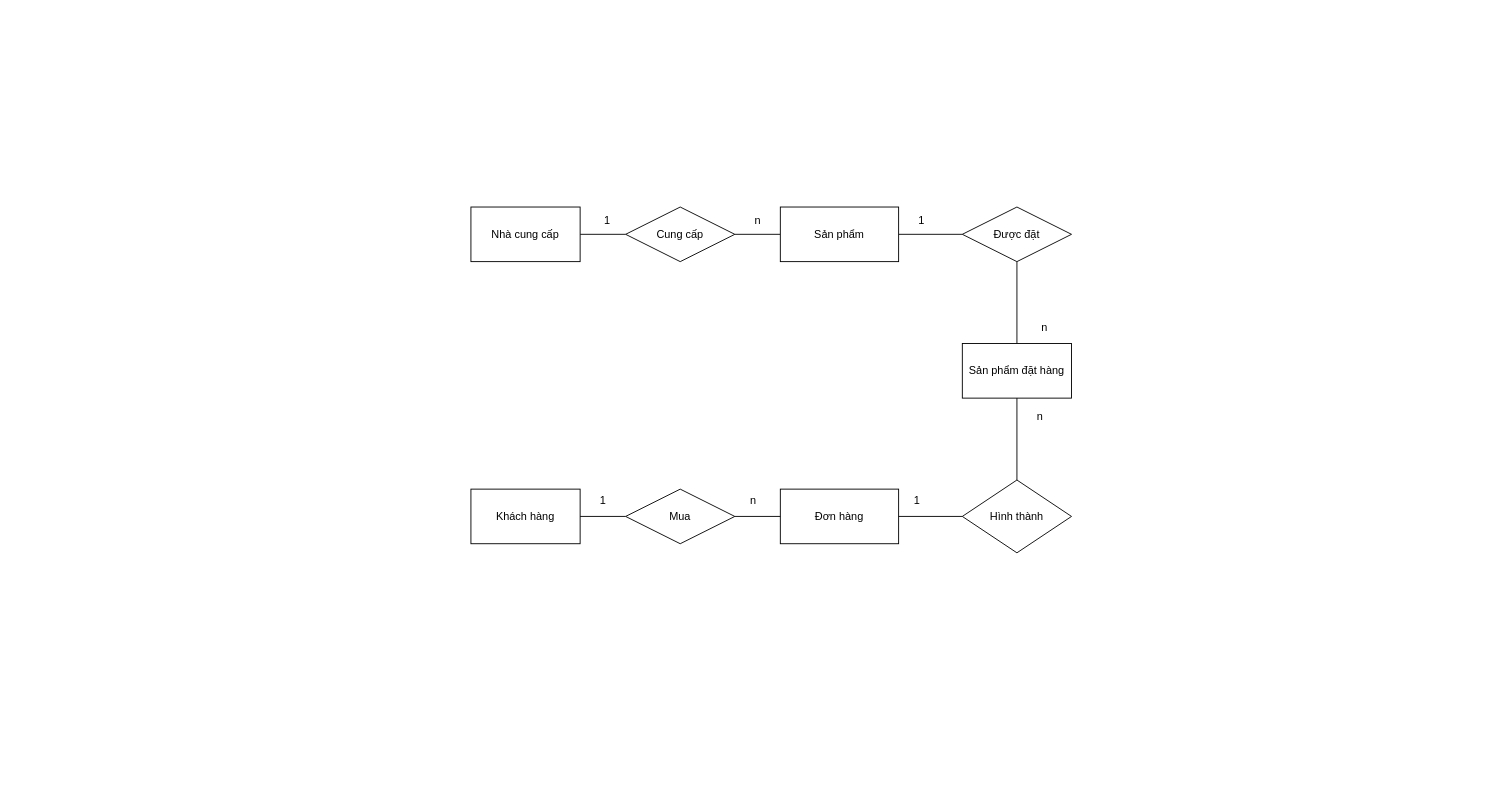
This is Database.drawio from DangVU1/DangVU1, a draw.io file, before an edit. Source tidied: cells renumbered, new cells numbered last; positions are measured from the earlier drawing's top-left corner, leaving out a move shared by most shapes. Both pictures are drawn from the tidied source at 91%, with x=0, y=0 at pixel (470, 207).
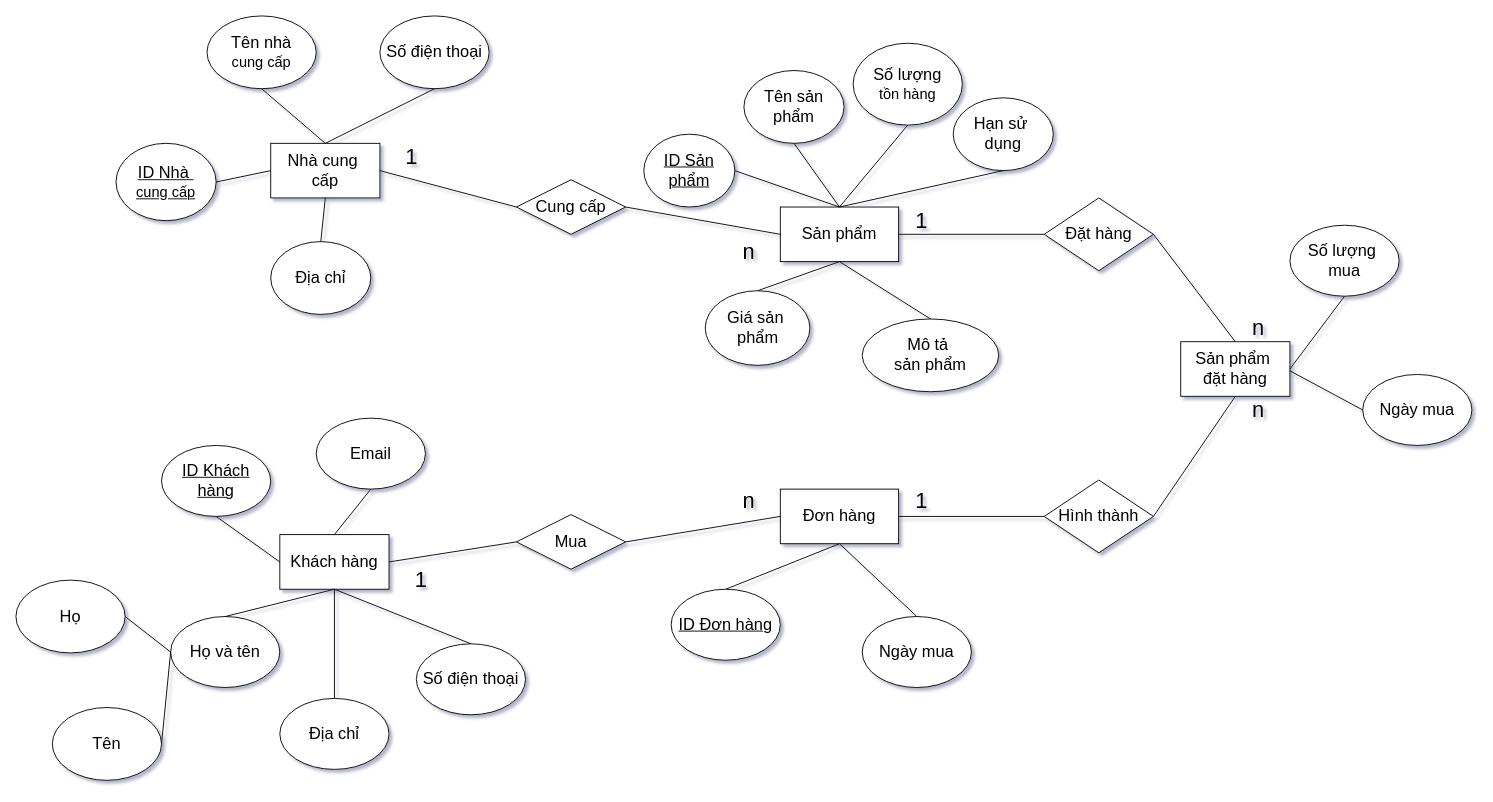
The same diagram, later.

Diff of the diagram source:
```diff
@@
-<mxGraphModel>
+<mxGraphModel shadow="1">
@@
-    <mxCell id="2" style="edgeStyle=orthogonalEdgeStyle;rounded=0;jettySize=auto;html=1;endArrow=none;endFill=0;" parent="1" edge="1" source="3" target="5">
-      <mxGeometry relative="1" as="geometry" />
-    </mxCell>
-    <mxCell id="3" value="Sản phẩm đặt hàng" style="rounded=0;whiteSpace=wrap;html=1;" parent="1" vertex="1">
-      <mxGeometry x="540" y="150" width="120" height="60" as="geometry" />
+    <mxCell id="3" value="&lt;font style=&quot;font-size: 18px;&quot;&gt;Sản phẩm&amp;nbsp;&lt;/font&gt;&lt;div&gt;&lt;font style=&quot;font-size: 18px;&quot;&gt;đặt hàng&lt;/font&gt;&lt;/div&gt;" style="rounded=0;whiteSpace=wrap;html=1;" parent="1" vertex="1">
+      <mxGeometry x="780" y="148" width="120" height="60" as="geometry" />
     </mxCell>
@@
-    <mxCell id="5" value="Được đặt" style="rhombus;whiteSpace=wrap;html=1;" parent="1" vertex="1">
-      <mxGeometry x="540" width="120" height="60" as="geometry" />
+    <mxCell id="5" value="&lt;font style=&quot;font-size: 18px;&quot;&gt;Đặt hàng&lt;/font&gt;" style="rhombus;whiteSpace=wrap;html=1;" parent="1" vertex="1">
+      <mxGeometry x="630" y="-10" width="120" height="80" as="geometry" />
     </mxCell>
-    <mxCell id="6" style="edgeStyle=orthogonalEdgeStyle;rounded=0;jettySize=auto;html=1;endArrow=none;endFill=0;" parent="1" edge="1" source="7" target="10">
-      <mxGeometry relative="1" as="geometry" />
-    </mxCell>
-    <mxCell id="7" value="Sản phẩm" style="rounded=0;whiteSpace=wrap;html=1;" parent="1" vertex="1">
+    <mxCell id="7" value="&lt;font style=&quot;font-size: 18px;&quot;&gt;Sản phẩm&lt;/font&gt;" style="rounded=0;whiteSpace=wrap;html=1;" parent="1" vertex="1">
       <mxGeometry x="340" width="130" height="60" as="geometry" />
     </mxCell>
-    <mxCell id="8" style="edgeStyle=orthogonalEdgeStyle;rounded=0;jettySize=auto;html=1;endArrow=none;endFill=0;" parent="1" edge="1" source="9" target="10">
-      <mxGeometry relative="1" as="geometry" />
-    </mxCell>
-    <mxCell id="9" value="Nhà cung cấp" style="rounded=0;whiteSpace=wrap;html=1;" parent="1" vertex="1">
-      <mxGeometry width="120" height="60" as="geometry" />
+    <mxCell id="9" value="&lt;font style=&quot;font-size: 18px;&quot;&gt;Nhà cung&amp;nbsp;&lt;/font&gt;&lt;div&gt;&lt;font style=&quot;font-size: 18px;&quot;&gt;cấp&lt;/font&gt;&lt;/div&gt;" style="rounded=0;whiteSpace=wrap;html=1;" parent="1" vertex="1">
+      <mxGeometry x="-220" y="-70" width="120" height="60" as="geometry" />
     </mxCell>
-    <mxCell id="10" value="Cung cấp" style="rhombus;whiteSpace=wrap;html=1;" parent="1" vertex="1">
-      <mxGeometry x="170" width="120" height="60" as="geometry" />
+    <mxCell id="10" value="&lt;font style=&quot;font-size: 18px;&quot;&gt;Cung cấp&lt;/font&gt;" style="rhombus;whiteSpace=wrap;html=1;" parent="1" vertex="1">
+      <mxGeometry x="50" y="-30" width="120" height="60" as="geometry" />
     </mxCell>
-    <mxCell id="11" value="Đơn hàng" style="rounded=0;whiteSpace=wrap;html=1;" parent="1" vertex="1">
+    <mxCell id="11" value="&lt;font style=&quot;font-size: 18px;&quot;&gt;Đơn hàng&lt;/font&gt;" style="rounded=0;whiteSpace=wrap;html=1;" parent="1" vertex="1">
       <mxGeometry x="340" y="310" width="130" height="60" as="geometry" />
     </mxCell>
-    <mxCell id="12" style="edgeStyle=orthogonalEdgeStyle;rounded=0;jettySize=auto;html=1;endArrow=none;endFill=0;" parent="1" edge="1" source="14" target="3">
-      <mxGeometry relative="1" as="geometry" />
-    </mxCell>
@@
-    <mxCell id="14" value="Hình thành" style="rhombus;whiteSpace=wrap;html=1;" parent="1" vertex="1">
-      <mxGeometry x="540" y="300" width="120" height="80" as="geometry" />
+    <mxCell id="14" value="&lt;font style=&quot;font-size: 18px;&quot;&gt;Hình thành&lt;/font&gt;" style="rhombus;whiteSpace=wrap;html=1;" parent="1" vertex="1">
+      <mxGeometry x="630" y="300" width="120" height="80" as="geometry" />
     </mxCell>
-    <mxCell id="15" value="Khách hàng" style="rounded=0;whiteSpace=wrap;html=1;" parent="1" vertex="1">
-      <mxGeometry y="310" width="120" height="60" as="geometry" />
+    <mxCell id="15" value="&lt;font style=&quot;font-size: 18px;&quot;&gt;Khách hàng&lt;/font&gt;" style="rounded=0;whiteSpace=wrap;html=1;" parent="1" vertex="1">
+      <mxGeometry x="-210" y="360" width="120" height="60" as="geometry" />
     </mxCell>
-    <mxCell id="16" style="edgeStyle=orthogonalEdgeStyle;rounded=0;jettySize=auto;html=1;endArrow=none;endFill=0;" parent="1" edge="1" source="18" target="11">
-      <mxGeometry relative="1" as="geometry" />
-    </mxCell>
-    <mxCell id="17" style="edgeStyle=orthogonalEdgeStyle;rounded=0;jettySize=auto;html=1;endArrow=none;endFill=0;" parent="1" edge="1" source="18" target="15">
-      <mxGeometry relative="1" as="geometry" />
-    </mxCell>
-    <mxCell id="18" value="Mua" style="rhombus;whiteSpace=wrap;html=1;" parent="1" vertex="1">
-      <mxGeometry x="170" y="310" width="120" height="60" as="geometry" />
+    <mxCell id="18" value="&lt;font style=&quot;font-size: 18px;&quot;&gt;Mua&lt;/font&gt;" style="rhombus;whiteSpace=wrap;html=1;" parent="1" vertex="1">
+      <mxGeometry x="50" y="338" width="120" height="60" as="geometry" />
     </mxCell>
-    <mxCell id="19" value="1" style="text;html=1;align=center;verticalAlign=middle;whiteSpace=wrap;rounded=0;" parent="1" vertex="1">
-      <mxGeometry x="120" width="60" height="30" as="geometry" />
+    <mxCell id="19" value="&lt;font style=&quot;font-size: 24px;&quot;&gt;1&lt;/font&gt;" style="text;html=1;align=center;verticalAlign=middle;whiteSpace=wrap;rounded=0;" parent="1" vertex="1">
+      <mxGeometry x="-90" y="-70" width="50" height="30" as="geometry" />
     </mxCell>
-    <mxCell id="20" value="n" style="text;html=1;align=center;verticalAlign=middle;strokeColor=none;fillColor=none;" parent="1" vertex="1">
-      <mxGeometry x="300" width="30" height="30" as="geometry" />
-    </mxCell>
-    <mxCell id="21" value="1" style="text;html=1;align=center;verticalAlign=middle;strokeColor=none;fillColor=none;" parent="1" vertex="1">
-      <mxGeometry x="480" width="30" height="30" as="geometry" />
-    </mxCell>
-    <mxCell id="22" value="n" style="text;html=1;align=center;verticalAlign=middle;strokeColor=none;fillColor=none;" parent="1" vertex="1">
-      <mxGeometry x="610" y="215" width="30" height="30" as="geometry" />
-    </mxCell>
-    <mxCell id="23" value="1" style="text;html=1;align=center;verticalAlign=middle;strokeColor=none;fillColor=none;" parent="1" vertex="1">
-      <mxGeometry x="475" y="308" width="30" height="30" as="geometry" />
-    </mxCell>
-    <mxCell id="24" value="n" style="text;html=1;align=center;verticalAlign=middle;strokeColor=none;fillColor=none;" parent="1" vertex="1">
-      <mxGeometry x="615" y="118" width="30" height="30" as="geometry" />
-    </mxCell>
-    <mxCell id="25" value="n" style="text;html=1;align=center;verticalAlign=middle;strokeColor=none;fillColor=none;" parent="1" vertex="1">
-      <mxGeometry x="295" y="308" width="30" height="30" as="geometry" />
-    </mxCell>
-    <mxCell id="26" value="1" style="text;html=1;align=center;verticalAlign=middle;strokeColor=none;fillColor=none;" parent="1" vertex="1">
-      <mxGeometry x="130" y="308" width="30" height="30" as="geometry" />
-    </mxCell>
+    <mxCell id="27" value="&lt;font style=&quot;font-size: 18px;&quot;&gt;Tên nhà&lt;/font&gt;&lt;div&gt;&lt;font size=&quot;3&quot;&gt;cung cấp&lt;/font&gt;&lt;/div&gt;" style="ellipse;whiteSpace=wrap;html=1;" parent="1" vertex="1">
+      <mxGeometry x="-290" y="-210" width="120" height="80" as="geometry" />
+    </mxCell>
+    <mxCell id="28" value="&lt;font style=&quot;font-size: 18px;&quot;&gt;Địa chỉ&lt;/font&gt;" style="ellipse;whiteSpace=wrap;html=1;" parent="1" vertex="1">
+      <mxGeometry x="-220" y="38" width="110" height="80" as="geometry" />
+    </mxCell>
+    <mxCell id="29" value="&lt;u&gt;&lt;font style=&quot;font-size: 18px;&quot;&gt;ID Nhà&amp;nbsp;&lt;/font&gt;&lt;/u&gt;&lt;div&gt;&lt;u&gt;&lt;font size=&quot;3&quot;&gt;cung&amp;nbsp;&lt;span style=&quot;background-color: transparent; color: light-dark(rgb(0, 0, 0), rgb(255, 255, 255));&quot;&gt;cấp&lt;/span&gt;&lt;/font&gt;&lt;/u&gt;&lt;/div&gt;" style="ellipse;whiteSpace=wrap;html=1;" parent="1" vertex="1">
+      <mxGeometry x="-390" y="-70" width="110" height="85" as="geometry" />
+    </mxCell>
+    <mxCell id="30" style="endArrow=none;html=1;rounded=0;exitX=0.5;exitY=1;exitDx=0;exitDy=0;entryX=0.5;entryY=0;entryDx=0;entryDy=0;" parent="1" edge="1" source="27" target="9">
+      <mxGeometry relative="1" as="geometry" />
+    </mxCell>
+    <mxCell id="31" style="endArrow=none;html=1;rounded=0;exitX=1;exitY=0.5;exitDx=0;exitDy=0;entryX=0;entryY=0.5;entryDx=0;entryDy=0;" parent="1" edge="1" source="29" target="9">
+      <mxGeometry relative="1" as="geometry" />
+    </mxCell>
+    <mxCell id="32" style="endArrow=none;html=1;rounded=0;exitX=0.5;exitY=0;exitDx=0;exitDy=0;entryX=0.5;entryY=1;entryDx=0;entryDy=0;" parent="1" edge="1" source="28" target="9">
+      <mxGeometry relative="1" as="geometry" />
+    </mxCell>
+    <mxCell id="33" value="&lt;font style=&quot;font-size: 18px;&quot;&gt;Số điện thoại&lt;/font&gt;" style="ellipse;whiteSpace=wrap;html=1;" parent="1" vertex="1">
+      <mxGeometry x="-100" y="-210" width="120" height="80" as="geometry" />
+    </mxCell>
+    <mxCell id="34" style="endArrow=none;html=1;rounded=0;entryX=0.5;entryY=1;entryDx=0;entryDy=0;exitX=0.5;exitY=0;exitDx=0;exitDy=0;" parent="1" edge="1" source="9" target="33">
+      <mxGeometry relative="1" as="geometry" />
+    </mxCell>
+    <mxCell id="35" value="&lt;u&gt;&lt;font style=&quot;font-size: 18px;&quot;&gt;ID Sản phẩm&lt;/font&gt;&lt;/u&gt;" style="ellipse;whiteSpace=wrap;html=1;shadow=0;" parent="1" vertex="1">
+      <mxGeometry x="190" y="-80" width="100" height="80" as="geometry" />
+    </mxCell>
+    <mxCell id="36" value="&lt;font style=&quot;font-size: 18px;&quot;&gt;Số lượng&lt;/font&gt;&lt;div&gt;&lt;font size=&quot;3&quot;&gt;tồn hàng&lt;/font&gt;&lt;/div&gt;" style="ellipse;whiteSpace=wrap;html=1;" parent="1" vertex="1">
+      <mxGeometry x="420" y="-180" width="120" height="90" as="geometry" />
+    </mxCell>
+    <mxCell id="37" value="&lt;font style=&quot;font-size: 18px;&quot;&gt;Tên sản phẩm&lt;/font&gt;" style="ellipse;whiteSpace=wrap;html=1;" parent="1" vertex="1">
+      <mxGeometry x="300" y="-150" width="110" height="80" as="geometry" />
+    </mxCell>
+    <mxCell id="38" value="&lt;font style=&quot;font-size: 18px;&quot;&gt;Hạn sử&amp;nbsp;&lt;/font&gt;&lt;div&gt;&lt;font style=&quot;font-size: 18px;&quot;&gt;dụng&lt;/font&gt;&lt;/div&gt;" style="ellipse;whiteSpace=wrap;html=1;" parent="1" vertex="1">
+      <mxGeometry x="530" y="-120" width="110" height="80" as="geometry" />
+    </mxCell>
+    <mxCell id="39" style="endArrow=none;html=1;rounded=0;entryX=1;entryY=0.5;entryDx=0;entryDy=0;exitX=0.5;exitY=0;exitDx=0;exitDy=0;" parent="1" edge="1" source="7" target="35">
+      <mxGeometry relative="1" as="geometry" />
+    </mxCell>
+    <mxCell id="40" style="endArrow=none;html=1;rounded=0;exitX=0.5;exitY=1;exitDx=0;exitDy=0;entryX=0.5;entryY=0;entryDx=0;entryDy=0;" parent="1" edge="1" source="37" target="7">
+      <mxGeometry relative="1" as="geometry" />
+    </mxCell>
+    <mxCell id="41" style="endArrow=none;html=1;rounded=0;exitX=0.5;exitY=1;exitDx=0;exitDy=0;entryX=0.5;entryY=0;entryDx=0;entryDy=0;" parent="1" edge="1" source="36" target="7">
+      <mxGeometry relative="1" as="geometry" />
+    </mxCell>
+    <mxCell id="42" style="endArrow=none;html=1;rounded=0;entryX=0.5;entryY=1;entryDx=0;entryDy=0;exitX=0.5;exitY=0;exitDx=0;exitDy=0;" parent="1" edge="1" source="7" target="38">
+      <mxGeometry relative="1" as="geometry" />
+    </mxCell>
+    <mxCell id="43" value="&lt;font style=&quot;font-size: 18px;&quot;&gt;Mô tả&amp;nbsp;&lt;/font&gt;&lt;div&gt;&lt;font style=&quot;font-size: 18px;&quot;&gt;sản phẩm&lt;/font&gt;&lt;/div&gt;" style="ellipse;whiteSpace=wrap;html=1;" parent="1" vertex="1">
+      <mxGeometry x="430" y="123" width="150" height="80" as="geometry" />
+    </mxCell>
+    <mxCell id="44" value="&lt;font style=&quot;font-size: 18px;&quot;&gt;Giá sản&amp;nbsp;&lt;/font&gt;&lt;div&gt;&lt;font style=&quot;font-size: 18px;&quot;&gt;phẩm&lt;/font&gt;&lt;/div&gt;" style="ellipse;whiteSpace=wrap;html=1;" parent="1" vertex="1">
+      <mxGeometry x="257.5" y="92" width="115" height="82" as="geometry" />
+    </mxCell>
+    <mxCell id="12" style="endArrow=none;html=1;rounded=0;exitX=1;exitY=0.5;exitDx=0;exitDy=0;entryX=0.5;entryY=1;entryDx=0;entryDy=0;" parent="1" edge="1" source="14" target="3">
+      <mxGeometry relative="1" as="geometry" />
+    </mxCell>
+    <mxCell id="45" style="endArrow=none;html=1;rounded=0;exitX=1;exitY=0.5;exitDx=0;exitDy=0;entryX=0.5;entryY=0;entryDx=0;entryDy=0;" parent="1" edge="1" source="5" target="3">
+      <mxGeometry relative="1" as="geometry" />
+    </mxCell>
+    <mxCell id="46" value="&lt;font style=&quot;font-size: 24px;&quot;&gt;n&lt;/font&gt;" style="text;html=1;align=center;verticalAlign=middle;" parent="1" vertex="1">
+      <mxGeometry x="285" y="303" width="40" height="40" as="geometry" />
+    </mxCell>
+    <mxCell id="47" value="&lt;font style=&quot;font-size: 24px;&quot;&gt;n&lt;/font&gt;" style="text;html=1;align=center;verticalAlign=middle;" parent="1" vertex="1">
+      <mxGeometry x="285" y="30" width="40" height="40" as="geometry" />
+    </mxCell>
+    <mxCell id="48" value="&lt;font style=&quot;font-size: 24px;&quot;&gt;1&lt;/font&gt;" style="text;html=1;align=center;verticalAlign=middle;" parent="1" vertex="1">
+      <mxGeometry x="475" y="-5" width="40" height="40" as="geometry" />
+    </mxCell>
+    <mxCell id="49" value="&lt;font style=&quot;font-size: 24px;&quot;&gt;1&lt;/font&gt;" style="text;html=1;align=center;verticalAlign=middle;" parent="1" vertex="1">
+      <mxGeometry x="475" y="303" width="40" height="40" as="geometry" />
+    </mxCell>
+    <mxCell id="50" value="&lt;font style=&quot;font-size: 24px;&quot;&gt;n&lt;/font&gt;" style="text;html=1;align=center;verticalAlign=middle;" parent="1" vertex="1">
+      <mxGeometry x="845" y="113" width="40" height="40" as="geometry" />
+    </mxCell>
+    <mxCell id="51" value="&lt;font style=&quot;font-size: 24px;&quot;&gt;n&lt;/font&gt;" style="text;html=1;align=center;verticalAlign=middle;" parent="1" vertex="1">
+      <mxGeometry x="845" y="203" width="40" height="40" as="geometry" />
+    </mxCell>
+    <mxCell id="52" style="endArrow=none;html=1;rounded=0;exitX=0.5;exitY=1;exitDx=0;exitDy=0;entryX=0.5;entryY=0;entryDx=0;entryDy=0;" parent="1" edge="1" source="7" target="43">
+      <mxGeometry relative="1" as="geometry" />
+    </mxCell>
+    <mxCell id="53" style="endArrow=none;html=1;rounded=0;exitX=0.5;exitY=1;exitDx=0;exitDy=0;entryX=0.5;entryY=0;entryDx=0;entryDy=0;" parent="1" edge="1" source="7" target="44">
+      <mxGeometry relative="1" as="geometry" />
+    </mxCell>
+    <mxCell id="54" value="&lt;font style=&quot;font-size: 18px;&quot;&gt;Ngày mua&lt;/font&gt;" style="ellipse;whiteSpace=wrap;html=1;" parent="1" vertex="1">
+      <mxGeometry x="980" y="184" width="120" height="78" as="geometry" />
+    </mxCell>
+    <mxCell id="55" value="&lt;font style=&quot;font-size: 18px;&quot;&gt;Số lượng&amp;nbsp;&lt;/font&gt;&lt;div&gt;&lt;font style=&quot;font-size: 18px;&quot;&gt;mua&lt;/font&gt;&lt;/div&gt;" style="ellipse;whiteSpace=wrap;html=1;" parent="1" vertex="1">
+      <mxGeometry x="900" y="20" width="120" height="78" as="geometry" />
+    </mxCell>
+    <mxCell id="56" style="endArrow=none;html=1;rounded=0;exitX=0.5;exitY=1;exitDx=0;exitDy=0;entryX=1;entryY=0.5;entryDx=0;entryDy=0;" parent="1" edge="1" source="55" target="3">
+      <mxGeometry relative="1" as="geometry" />
+    </mxCell>
+    <mxCell id="57" style="endArrow=none;html=1;rounded=0;exitX=0;exitY=0.5;exitDx=0;exitDy=0;" parent="1" edge="1" source="54">
+      <mxGeometry relative="1" as="geometry">
+        <mxPoint x="900" y="180" as="targetPoint" />
+      </mxGeometry>
+    </mxCell>
+    <mxCell id="58" value="&lt;font style=&quot;font-size: 18px;&quot;&gt;Ngày mua&lt;/font&gt;" style="ellipse;whiteSpace=wrap;html=1;" parent="1" vertex="1">
+      <mxGeometry x="430" y="450" width="120" height="78" as="geometry" />
+    </mxCell>
+    <mxCell id="59" value="&lt;u&gt;&lt;font style=&quot;font-size: 18px;&quot;&gt;ID Đơn hàng&lt;/font&gt;&lt;/u&gt;" style="ellipse;whiteSpace=wrap;html=1;" parent="1" vertex="1">
+      <mxGeometry x="220" y="420" width="120" height="78" as="geometry" />
+    </mxCell>
+    <mxCell id="60" style="endArrow=none;html=1;rounded=0;exitX=0.5;exitY=0;exitDx=0;exitDy=0;entryX=0.5;entryY=1;entryDx=0;entryDy=0;" parent="1" edge="1" source="59" target="11">
+      <mxGeometry relative="1" as="geometry" />
+    </mxCell>
+    <mxCell id="61" style="endArrow=none;html=1;rounded=0;entryX=0.5;entryY=1;entryDx=0;entryDy=0;exitX=0.5;exitY=0;exitDx=0;exitDy=0;" parent="1" edge="1" source="58" target="11">
+      <mxGeometry relative="1" as="geometry" />
+    </mxCell>
+    <mxCell id="62" value="&lt;font style=&quot;font-size: 18px;&quot;&gt;Họ và tên&lt;/font&gt;" style="ellipse;whiteSpace=wrap;html=1;" parent="1" vertex="1">
+      <mxGeometry x="-330" y="450" width="120" height="78" as="geometry" />
+    </mxCell>
+    <mxCell id="63" value="&lt;font style=&quot;font-size: 18px;&quot;&gt;Số điện thoại&lt;/font&gt;" style="ellipse;whiteSpace=wrap;html=1;" parent="1" vertex="1">
+      <mxGeometry x="-60" y="480" width="120" height="78" as="geometry" />
+    </mxCell>
+    <mxCell id="64" value="&lt;u&gt;&lt;font style=&quot;font-size: 18px;&quot;&gt;ID Khách hàng&lt;/font&gt;&lt;/u&gt;" style="ellipse;whiteSpace=wrap;html=1;" parent="1" vertex="1">
+      <mxGeometry x="-340" y="262" width="120" height="78" as="geometry" />
+    </mxCell>
+    <mxCell id="65" value="&lt;font style=&quot;font-size: 18px;&quot;&gt;Email&lt;/font&gt;" style="ellipse;whiteSpace=wrap;html=1;" parent="1" vertex="1">
+      <mxGeometry x="-170" y="232" width="120" height="78" as="geometry" />
+    </mxCell>
+    <mxCell id="66" value="&lt;font style=&quot;font-size: 18px;&quot;&gt;Địa chỉ&lt;/font&gt;" style="ellipse;whiteSpace=wrap;html=1;" parent="1" vertex="1">
+      <mxGeometry x="-210" y="540" width="120" height="78" as="geometry" />
+    </mxCell>
+    <mxCell id="67" style="endArrow=none;html=1;rounded=0;exitX=0.5;exitY=0;exitDx=0;exitDy=0;entryX=0.5;entryY=1;entryDx=0;entryDy=0;" parent="1" edge="1" source="15" target="65">
+      <mxGeometry relative="1" as="geometry" />
+    </mxCell>
+    <mxCell id="68" style="endArrow=none;html=1;rounded=0;entryX=0.5;entryY=0;entryDx=0;entryDy=0;exitX=0.5;exitY=1;exitDx=0;exitDy=0;" parent="1" edge="1" source="15" target="63">
+      <mxGeometry relative="1" as="geometry" />
+    </mxCell>
+    <mxCell id="69" style="endArrow=none;html=1;rounded=0;exitX=0.5;exitY=1;exitDx=0;exitDy=0;entryX=0;entryY=0.5;entryDx=0;entryDy=0;" parent="1" edge="1" source="64" target="15">
+      <mxGeometry relative="1" as="geometry" />
+    </mxCell>
+    <mxCell id="70" style="endArrow=none;html=1;rounded=0;exitX=0.5;exitY=0;exitDx=0;exitDy=0;entryX=0.5;entryY=1;entryDx=0;entryDy=0;" parent="1" edge="1" source="66" target="15">
+      <mxGeometry relative="1" as="geometry" />
+    </mxCell>
+    <mxCell id="71" style="endArrow=none;html=1;rounded=0;exitX=0.5;exitY=0;exitDx=0;exitDy=0;entryX=0.5;entryY=1;entryDx=0;entryDy=0;" parent="1" edge="1" source="62" target="15">
+      <mxGeometry relative="1" as="geometry" />
+    </mxCell>
+    <mxCell id="72" style="endArrow=none;html=1;rounded=0;entryX=0;entryY=0.5;entryDx=0;entryDy=0;exitX=1;exitY=0.5;exitDx=0;exitDy=0;" parent="1" edge="1" source="15" target="18">
+      <mxGeometry relative="1" as="geometry" />
+    </mxCell>
+    <mxCell id="73" style="endArrow=none;html=1;rounded=0;entryX=1;entryY=0.5;entryDx=0;entryDy=0;exitX=0;exitY=0.5;exitDx=0;exitDy=0;" parent="1" edge="1" source="11" target="18">
+      <mxGeometry relative="1" as="geometry" />
+    </mxCell>
+    <mxCell id="74" value="&lt;font style=&quot;font-size: 24px;&quot;&gt;1&lt;/font&gt;" style="text;html=1;align=center;verticalAlign=middle;" parent="1" vertex="1">
+      <mxGeometry x="-75" y="390" width="40" height="40" as="geometry" />
+    </mxCell>
+    <mxCell id="8" style="endArrow=none;html=1;rounded=0;exitX=1;exitY=0.5;exitDx=0;exitDy=0;entryX=0;entryY=0.5;entryDx=0;entryDy=0;" parent="1" edge="1" source="9" target="10">
+      <mxGeometry relative="1" as="geometry" />
+    </mxCell>
+    <mxCell id="6" style="endArrow=none;html=1;rounded=0;entryX=1;entryY=0.5;entryDx=0;entryDy=0;exitX=0;exitY=0.5;exitDx=0;exitDy=0;" parent="1" edge="1" source="7" target="10">
+      <mxGeometry relative="1" as="geometry" />
+    </mxCell>
+    <mxCell id="75" style="endArrow=none;html=1;rounded=0;entryX=0;entryY=0.5;entryDx=0;entryDy=0;exitX=1;exitY=0.5;exitDx=0;exitDy=0;" parent="1" edge="1" source="77" target="62">
+      <mxGeometry relative="1" as="geometry" />
+    </mxCell>
+    <mxCell id="76" style="endArrow=none;html=1;rounded=0;entryX=0;entryY=0.5;entryDx=0;entryDy=0;exitX=1;exitY=0.5;exitDx=0;exitDy=0;" parent="1" edge="1" source="78" target="62">
+      <mxGeometry relative="1" as="geometry" />
+    </mxCell>
+    <mxCell id="77" value="&lt;font style=&quot;font-size: 18px;&quot;&gt;Tên&lt;/font&gt;" style="ellipse;whiteSpace=wrap;html=1;" parent="1" vertex="1">
+      <mxGeometry x="-460" y="550" width="120" height="80" as="geometry" />
+    </mxCell>
+    <mxCell id="78" value="&lt;font style=&quot;font-size: 18px;&quot;&gt;Họ&lt;/font&gt;" style="ellipse;whiteSpace=wrap;html=1;" parent="1" vertex="1">
+      <mxGeometry x="-500" y="410" width="120" height="80" as="geometry" />
+    </mxCell>
```
